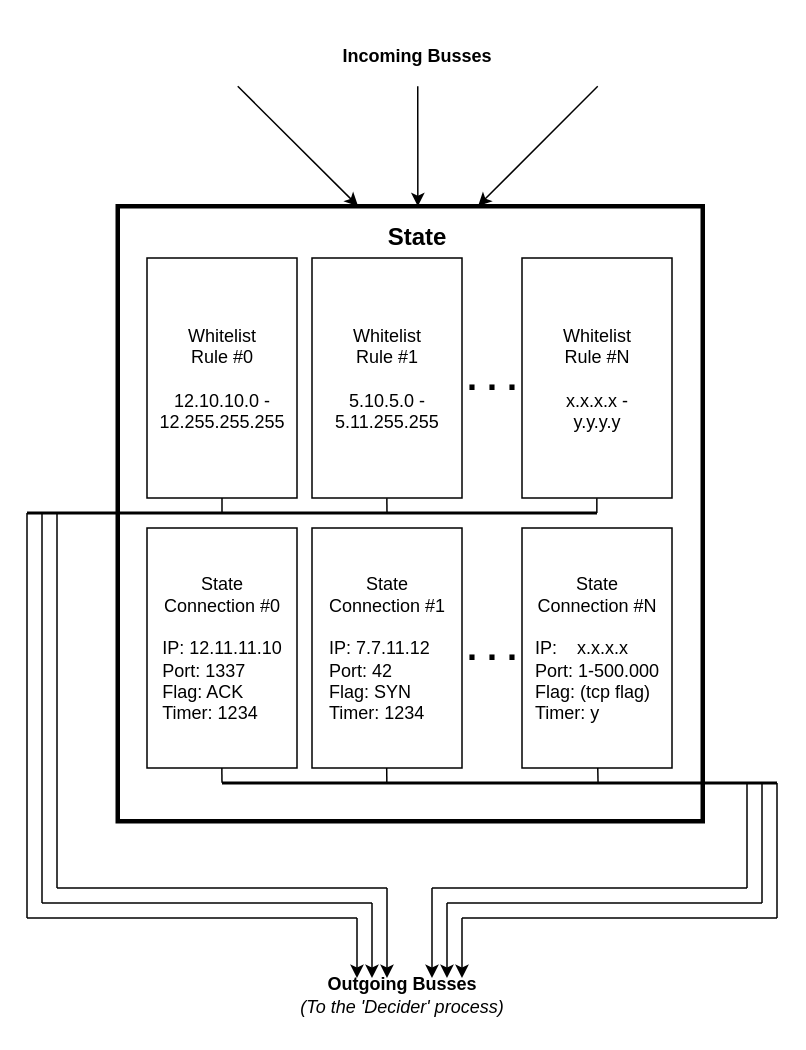
The draw.io diagram State.drawio in Thraundil/FPGA_firewall, before the edit. Source tidied: cells renumbered, new cells numbered last; positions are measured from the earlier drawing's top-left corner, leaving out a move shared by most shapes. Both pictures are drawn from the tidied source at 150%, with x=0, y=0 at pixel (27, 26).
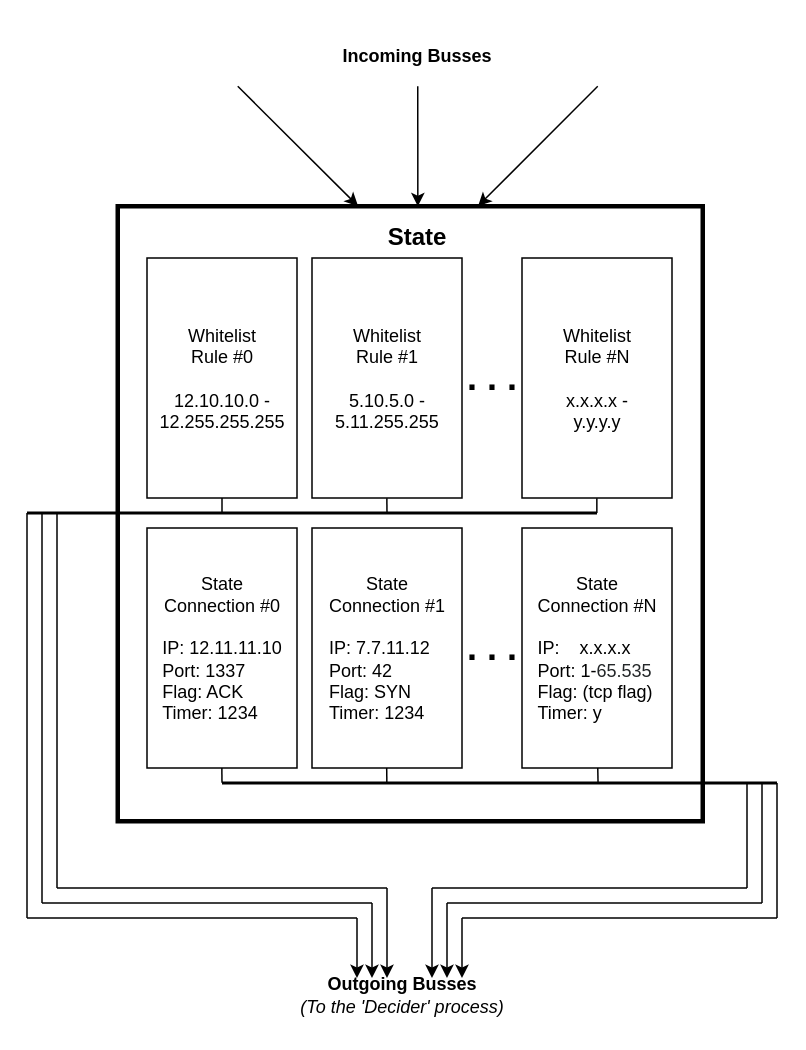
After the change.

Diff of the diagram source:
```diff
@@
-    <mxCell id="9" value="State&lt;br&gt;Connection #N&lt;br&gt;&lt;br&gt;&lt;div style=&quot;text-align: left&quot;&gt;IP:&amp;nbsp; &amp;nbsp; x.x.x.x&lt;/div&gt;&lt;div style=&quot;text-align: left&quot;&gt;Port: 1-500.000&lt;br&gt;Flag: (tcp flag)&lt;br&gt;&lt;/div&gt;&lt;div style=&quot;text-align: left&quot;&gt;Timer: y&lt;/div&gt;" style="rounded=0;whiteSpace=wrap;html=1;" parent="1" vertex="1">
+    <mxCell id="9" value="State&lt;br&gt;Connection #N&lt;br&gt;&lt;br&gt;&lt;div style=&quot;text-align: left&quot;&gt;IP:&amp;nbsp; &amp;nbsp; x.x.x.x&lt;/div&gt;&lt;div style=&quot;text-align: left&quot;&gt;Port: 1-&lt;span style=&quot;color: rgb(36 , 39 , 41) ; font-family: &amp;#34;arial&amp;#34; , &amp;#34;helvetica neue&amp;#34; , &amp;#34;helvetica&amp;#34; , sans-serif ; background-color: rgb(255 , 255 , 255)&quot;&gt;&lt;font style=&quot;font-size: 12px&quot;&gt;65.535&lt;/font&gt;&lt;/span&gt;&lt;br&gt;Flag: (tcp flag)&lt;br&gt;&lt;/div&gt;&lt;div style=&quot;text-align: left&quot;&gt;Timer: y&lt;/div&gt;" style="rounded=0;whiteSpace=wrap;html=1;" parent="1" vertex="1">
       <mxGeometry x="329.5" y="334.5" width="100" height="160" as="geometry" />
     </mxCell>
```
